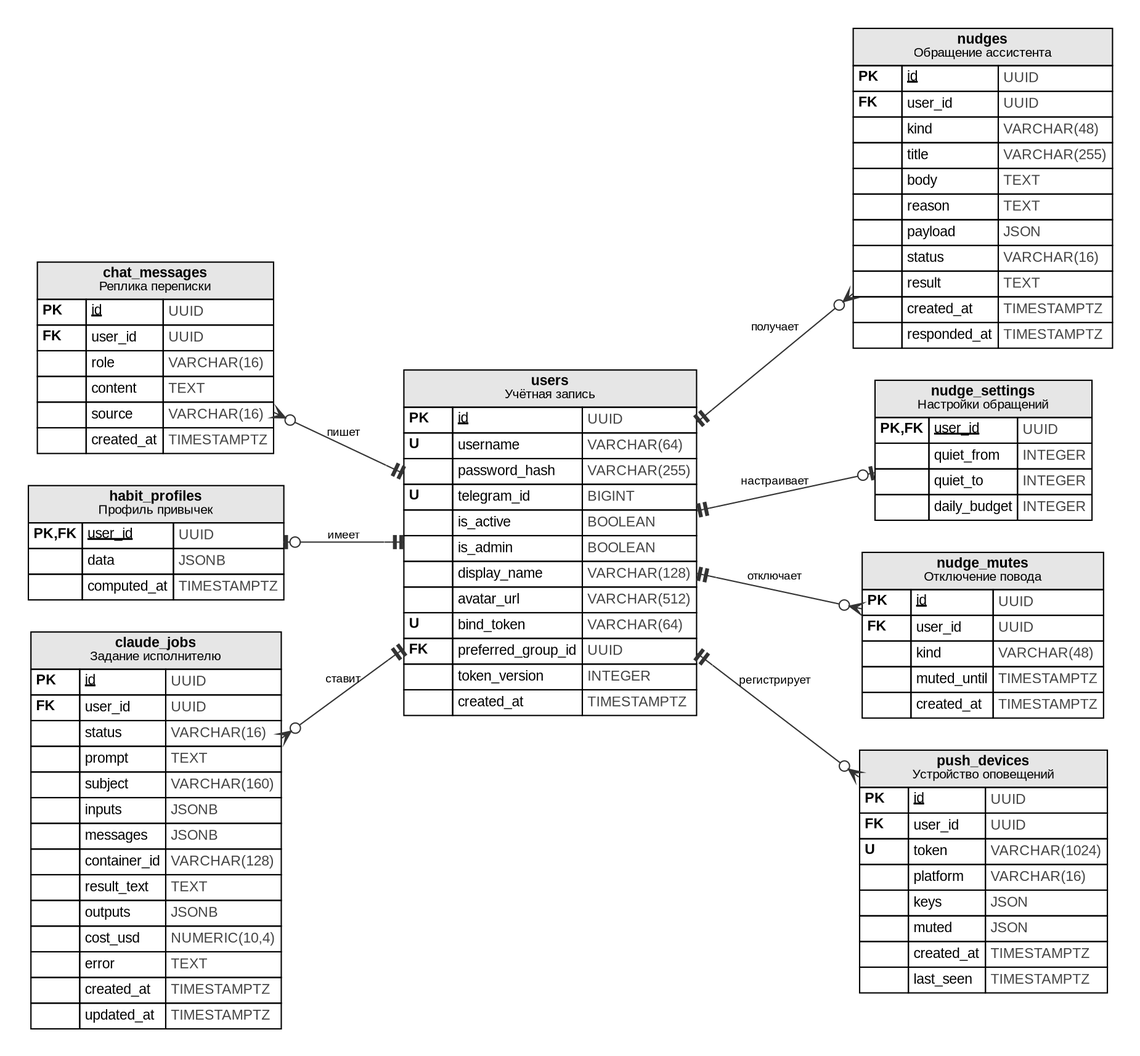
Above: docs/Технический проект/erd/erd_assistant.png in r3DBAD/Personal-AI-Assistant-College (Graphviz), before the change. Its source is kept beside it as docs/Технический проект/erd/erd_assistant.dot. Its diagram source:
```dot
digraph ERD { graph [rankdir=LR, fontname="Liberation Sans", nodesep=0.35, ranksep=0.9, splines=spline, pad=0.3];
node [shape=plain, fontname="Liberation Sans", fontsize=11];
edge [fontname="Liberation Sans", fontsize=9, dir=both, color="#333333"];
"users" [label=<<TABLE BORDER="0" CELLBORDER="1" CELLSPACING="0" CELLPADDING="3"><TR><TD BGCOLOR="#e6e6e6" COLSPAN="3"><B>users</B><BR/><FONT POINT-SIZE="10">Учётная запись</FONT></TD></TR><TR><TD ALIGN="LEFT" WIDTH="38"><B>PK</B></TD><TD ALIGN="LEFT"><U>id</U></TD><TD ALIGN="LEFT"><FONT COLOR="#444444">UUID</FONT></TD></TR><TR><TD ALIGN="LEFT" WIDTH="38"><B>U</B></TD><TD ALIGN="LEFT">username</TD><TD ALIGN="LEFT"><FONT COLOR="#444444">VARCHAR(64)</FONT></TD></TR><TR><TD ALIGN="LEFT" WIDTH="38"> </TD><TD ALIGN="LEFT">password_hash</TD><TD ALIGN="LEFT"><FONT COLOR="#444444">VARCHAR(255)</FONT></TD></TR><TR><TD ALIGN="LEFT" WIDTH="38"><B>U</B></TD><TD ALIGN="LEFT">telegram_id</TD><TD ALIGN="LEFT"><FONT COLOR="#444444">BIGINT</FONT></TD></TR><TR><TD ALIGN="LEFT" WIDTH="38"> </TD><TD ALIGN="LEFT">is_active</TD><TD ALIGN="LEFT"><FONT COLOR="#444444">BOOLEAN</FONT></TD></TR><TR><TD ALIGN="LEFT" WIDTH="38"> </TD><TD ALIGN="LEFT">is_admin</TD><TD ALIGN="LEFT"><FONT COLOR="#444444">BOOLEAN</FONT></TD></TR><TR><TD ALIGN="LEFT" WIDTH="38"> </TD><TD ALIGN="LEFT">display_name</TD><TD ALIGN="LEFT"><FONT COLOR="#444444">VARCHAR(128)</FONT></TD></TR><TR><TD ALIGN="LEFT" WIDTH="38"> </TD><TD ALIGN="LEFT">avatar_url</TD><TD ALIGN="LEFT"><FONT COLOR="#444444">VARCHAR(512)</FONT></TD></TR><TR><TD ALIGN="LEFT" WIDTH="38"><B>U</B></TD><TD ALIGN="LEFT">bind_token</TD><TD ALIGN="LEFT"><FONT COLOR="#444444">VARCHAR(64)</FONT></TD></TR><TR><TD ALIGN="LEFT" WIDTH="38"><B>FK</B></TD><TD ALIGN="LEFT">preferred_group_id</TD><TD ALIGN="LEFT"><FONT COLOR="#444444">UUID</FONT></TD></TR><TR><TD ALIGN="LEFT" WIDTH="38"> </TD><TD ALIGN="LEFT">token_version</TD><TD ALIGN="LEFT"><FONT COLOR="#444444">INTEGER</FONT></TD></TR><TR><TD ALIGN="LEFT" WIDTH="38"> </TD><TD ALIGN="LEFT">created_at</TD><TD ALIGN="LEFT"><FONT COLOR="#444444">TIMESTAMPTZ</FONT></TD></TR></TABLE>>];
"chat_messages" [label=<<TABLE BORDER="0" CELLBORDER="1" CELLSPACING="0" CELLPADDING="3"><TR><TD BGCOLOR="#e6e6e6" COLSPAN="3"><B>chat_messages</B><BR/><FONT POINT-SIZE="10">Реплика переписки</FONT></TD></TR><TR><TD ALIGN="LEFT" WIDTH="38"><B>PK</B></TD><TD ALIGN="LEFT"><U>id</U></TD><TD ALIGN="LEFT"><FONT COLOR="#444444">UUID</FONT></TD></TR><TR><TD ALIGN="LEFT" WIDTH="38"><B>FK</B></TD><TD ALIGN="LEFT">user_id</TD><TD ALIGN="LEFT"><FONT COLOR="#444444">UUID</FONT></TD></TR><TR><TD ALIGN="LEFT" WIDTH="38"> </TD><TD ALIGN="LEFT">role</TD><TD ALIGN="LEFT"><FONT COLOR="#444444">VARCHAR(16)</FONT></TD></TR><TR><TD ALIGN="LEFT" WIDTH="38"> </TD><TD ALIGN="LEFT">content</TD><TD ALIGN="LEFT"><FONT COLOR="#444444">TEXT</FONT></TD></TR><TR><TD ALIGN="LEFT" WIDTH="38"> </TD><TD ALIGN="LEFT">source</TD><TD ALIGN="LEFT"><FONT COLOR="#444444">VARCHAR(16)</FONT></TD></TR><TR><TD ALIGN="LEFT" WIDTH="38"> </TD><TD ALIGN="LEFT">created_at</TD><TD ALIGN="LEFT"><FONT COLOR="#444444">TIMESTAMPTZ</FONT></TD></TR></TABLE>>];
"nudges" [label=<<TABLE BORDER="0" CELLBORDER="1" CELLSPACING="0" CELLPADDING="3"><TR><TD BGCOLOR="#e6e6e6" COLSPAN="3"><B>nudges</B><BR/><FONT POINT-SIZE="10">Обращение ассистента</FONT></TD></TR><TR><TD ALIGN="LEFT" WIDTH="38"><B>PK</B></TD><TD ALIGN="LEFT"><U>id</U></TD><TD ALIGN="LEFT"><FONT COLOR="#444444">UUID</FONT></TD></TR><TR><TD ALIGN="LEFT" WIDTH="38"><B>FK</B></TD><TD ALIGN="LEFT">user_id</TD><TD ALIGN="LEFT"><FONT COLOR="#444444">UUID</FONT></TD></TR><TR><TD ALIGN="LEFT" WIDTH="38"> </TD><TD ALIGN="LEFT">kind</TD><TD ALIGN="LEFT"><FONT COLOR="#444444">VARCHAR(48)</FONT></TD></TR><TR><TD ALIGN="LEFT" WIDTH="38"> </TD><TD ALIGN="LEFT">title</TD><TD ALIGN="LEFT"><FONT COLOR="#444444">VARCHAR(255)</FONT></TD></TR><TR><TD ALIGN="LEFT" WIDTH="38"> </TD><TD ALIGN="LEFT">body</TD><TD ALIGN="LEFT"><FONT COLOR="#444444">TEXT</FONT></TD></TR><TR><TD ALIGN="LEFT" WIDTH="38"> </TD><TD ALIGN="LEFT">reason</TD><TD ALIGN="LEFT"><FONT COLOR="#444444">TEXT</FONT></TD></TR><TR><TD ALIGN="LEFT" WIDTH="38"> </TD><TD ALIGN="LEFT">payload</TD><TD ALIGN="LEFT"><FONT COLOR="#444444">JSON</FONT></TD></TR><TR><TD ALIGN="LEFT" WIDTH="38"> </TD><TD ALIGN="LEFT">status</TD><TD ALIGN="LEFT"><FONT COLOR="#444444">VARCHAR(16)</FONT></TD></TR><TR><TD ALIGN="LEFT" WIDTH="38"> </TD><TD ALIGN="LEFT">result</TD><TD ALIGN="LEFT"><FONT COLOR="#444444">TEXT</FONT></TD></TR><TR><TD ALIGN="LEFT" WIDTH="38"> </TD><TD ALIGN="LEFT">created_at</TD><TD ALIGN="LEFT"><FONT COLOR="#444444">TIMESTAMPTZ</FONT></TD></TR><TR><TD ALIGN="LEFT" WIDTH="38"> </TD><TD ALIGN="LEFT">responded_at</TD><TD ALIGN="LEFT"><FONT COLOR="#444444">TIMESTAMPTZ</FONT></TD></TR></TABLE>>];
"nudge_settings" [label=<<TABLE BORDER="0" CELLBORDER="1" CELLSPACING="0" CELLPADDING="3"><TR><TD BGCOLOR="#e6e6e6" COLSPAN="3"><B>nudge_settings</B><BR/><FONT POINT-SIZE="10">Настройки обращений</FONT></TD></TR><TR><TD ALIGN="LEFT" WIDTH="38"><B>PK,FK</B></TD><TD ALIGN="LEFT"><U>user_id</U></TD><TD ALIGN="LEFT"><FONT COLOR="#444444">UUID</FONT></TD></TR><TR><TD ALIGN="LEFT" WIDTH="38"> </TD><TD ALIGN="LEFT">quiet_from</TD><TD ALIGN="LEFT"><FONT COLOR="#444444">INTEGER</FONT></TD></TR><TR><TD ALIGN="LEFT" WIDTH="38"> </TD><TD ALIGN="LEFT">quiet_to</TD><TD ALIGN="LEFT"><FONT COLOR="#444444">INTEGER</FONT></TD></TR><TR><TD ALIGN="LEFT" WIDTH="38"> </TD><TD ALIGN="LEFT">daily_budget</TD><TD ALIGN="LEFT"><FONT COLOR="#444444">INTEGER</FONT></TD></TR></TABLE>>];
"nudge_mutes" [label=<<TABLE BORDER="0" CELLBORDER="1" CELLSPACING="0" CELLPADDING="3"><TR><TD BGCOLOR="#e6e6e6" COLSPAN="3"><B>nudge_mutes</B><BR/><FONT POINT-SIZE="10">Отключение повода</FONT></TD></TR><TR><TD ALIGN="LEFT" WIDTH="38"><B>PK</B></TD><TD ALIGN="LEFT"><U>id</U></TD><TD ALIGN="LEFT"><FONT COLOR="#444444">UUID</FONT></TD></TR><TR><TD ALIGN="LEFT" WIDTH="38"><B>FK</B></TD><TD ALIGN="LEFT">user_id</TD><TD ALIGN="LEFT"><FONT COLOR="#444444">UUID</FONT></TD></TR><TR><TD ALIGN="LEFT" WIDTH="38"> </TD><TD ALIGN="LEFT">kind</TD><TD ALIGN="LEFT"><FONT COLOR="#444444">VARCHAR(48)</FONT></TD></TR><TR><TD ALIGN="LEFT" WIDTH="38"> </TD><TD ALIGN="LEFT">muted_until</TD><TD ALIGN="LEFT"><FONT COLOR="#444444">TIMESTAMPTZ</FONT></TD></TR><TR><TD ALIGN="LEFT" WIDTH="38"> </TD><TD ALIGN="LEFT">created_at</TD><TD ALIGN="LEFT"><FONT COLOR="#444444">TIMESTAMPTZ</FONT></TD></TR></TABLE>>];
"habit_profiles" [label=<<TABLE BORDER="0" CELLBORDER="1" CELLSPACING="0" CELLPADDING="3"><TR><TD BGCOLOR="#e6e6e6" COLSPAN="3"><B>habit_profiles</B><BR/><FONT POINT-SIZE="10">Профиль привычек</FONT></TD></TR><TR><TD ALIGN="LEFT" WIDTH="38"><B>PK,FK</B></TD><TD ALIGN="LEFT"><U>user_id</U></TD><TD ALIGN="LEFT"><FONT COLOR="#444444">UUID</FONT></TD></TR><TR><TD ALIGN="LEFT" WIDTH="38"> </TD><TD ALIGN="LEFT">data</TD><TD ALIGN="LEFT"><FONT COLOR="#444444">JSONB</FONT></TD></TR><TR><TD ALIGN="LEFT" WIDTH="38"> </TD><TD ALIGN="LEFT">computed_at</TD><TD ALIGN="LEFT"><FONT COLOR="#444444">TIMESTAMPTZ</FONT></TD></TR></TABLE>>];
"claude_jobs" [label=<<TABLE BORDER="0" CELLBORDER="1" CELLSPACING="0" CELLPADDING="3"><TR><TD BGCOLOR="#e6e6e6" COLSPAN="3"><B>claude_jobs</B><BR/><FONT POINT-SIZE="10">Задание исполнителю</FONT></TD></TR><TR><TD ALIGN="LEFT" WIDTH="38"><B>PK</B></TD><TD ALIGN="LEFT"><U>id</U></TD><TD ALIGN="LEFT"><FONT COLOR="#444444">UUID</FONT></TD></TR><TR><TD ALIGN="LEFT" WIDTH="38"><B>FK</B></TD><TD ALIGN="LEFT">user_id</TD><TD ALIGN="LEFT"><FONT COLOR="#444444">UUID</FONT></TD></TR><TR><TD ALIGN="LEFT" WIDTH="38"> </TD><TD ALIGN="LEFT">status</TD><TD ALIGN="LEFT"><FONT COLOR="#444444">VARCHAR(16)</FONT></TD></TR><TR><TD ALIGN="LEFT" WIDTH="38"> </TD><TD ALIGN="LEFT">prompt</TD><TD ALIGN="LEFT"><FONT COLOR="#444444">TEXT</FONT></TD></TR><TR><TD ALIGN="LEFT" WIDTH="38"> </TD><TD ALIGN="LEFT">subject</TD><TD ALIGN="LEFT"><FONT COLOR="#444444">VARCHAR(160)</FONT></TD></TR><TR><TD ALIGN="LEFT" WIDTH="38"> </TD><TD ALIGN="LEFT">inputs</TD><TD ALIGN="LEFT"><FONT COLOR="#444444">JSONB</FONT></TD></TR><TR><TD ALIGN="LEFT" WIDTH="38"> </TD><TD ALIGN="LEFT">messages</TD><TD ALIGN="LEFT"><FONT COLOR="#444444">JSONB</FONT></TD></TR><TR><TD ALIGN="LEFT" WIDTH="38"> </TD><TD ALIGN="LEFT">container_id</TD><TD ALIGN="LEFT"><FONT COLOR="#444444">VARCHAR(128)</FONT></TD></TR><TR><TD ALIGN="LEFT" WIDTH="38"> </TD><TD ALIGN="LEFT">result_text</TD><TD ALIGN="LEFT"><FONT COLOR="#444444">TEXT</FONT></TD></TR><TR><TD ALIGN="LEFT" WIDTH="38"> </TD><TD ALIGN="LEFT">outputs</TD><TD ALIGN="LEFT"><FONT COLOR="#444444">JSONB</FONT></TD></TR><TR><TD ALIGN="LEFT" WIDTH="38"> </TD><TD ALIGN="LEFT">cost_usd</TD><TD ALIGN="LEFT"><FONT COLOR="#444444">NUMERIC(10,4)</FONT></TD></TR><TR><TD ALIGN="LEFT" WIDTH="38"> </TD><TD ALIGN="LEFT">error</TD><TD ALIGN="LEFT"><FONT COLOR="#444444">TEXT</FONT></TD></TR><TR><TD ALIGN="LEFT" WIDTH="38"> </TD><TD ALIGN="LEFT">created_at</TD><TD ALIGN="LEFT"><FONT COLOR="#444444">TIMESTAMPTZ</FONT></TD></TR><TR><TD ALIGN="LEFT" WIDTH="38"> </TD><TD ALIGN="LEFT">updated_at</TD><TD ALIGN="LEFT"><FONT COLOR="#444444">TIMESTAMPTZ</FONT></TD></TR></TABLE>>];
"push_devices" [label=<<TABLE BORDER="0" CELLBORDER="1" CELLSPACING="0" CELLPADDING="3"><TR><TD BGCOLOR="#e6e6e6" COLSPAN="3"><B>push_devices</B><BR/><FONT POINT-SIZE="10">Устройство оповещений</FONT></TD></TR><TR><TD ALIGN="LEFT" WIDTH="38"><B>PK</B></TD><TD ALIGN="LEFT"><U>id</U></TD><TD ALIGN="LEFT"><FONT COLOR="#444444">UUID</FONT></TD></TR><TR><TD ALIGN="LEFT" WIDTH="38"><B>FK</B></TD><TD ALIGN="LEFT">user_id</TD><TD ALIGN="LEFT"><FONT COLOR="#444444">UUID</FONT></TD></TR><TR><TD ALIGN="LEFT" WIDTH="38"><B>U</B></TD><TD ALIGN="LEFT">token</TD><TD ALIGN="LEFT"><FONT COLOR="#444444">VARCHAR(1024)</FONT></TD></TR><TR><TD ALIGN="LEFT" WIDTH="38"> </TD><TD ALIGN="LEFT">platform</TD><TD ALIGN="LEFT"><FONT COLOR="#444444">VARCHAR(16)</FONT></TD></TR><TR><TD ALIGN="LEFT" WIDTH="38"> </TD><TD ALIGN="LEFT">keys</TD><TD ALIGN="LEFT"><FONT COLOR="#444444">JSON</FONT></TD></TR><TR><TD ALIGN="LEFT" WIDTH="38"> </TD><TD ALIGN="LEFT">muted</TD><TD ALIGN="LEFT"><FONT COLOR="#444444">JSON</FONT></TD></TR><TR><TD ALIGN="LEFT" WIDTH="38"> </TD><TD ALIGN="LEFT">created_at</TD><TD ALIGN="LEFT"><FONT COLOR="#444444">TIMESTAMPTZ</FONT></TD></TR><TR><TD ALIGN="LEFT" WIDTH="38"> </TD><TD ALIGN="LEFT">last_seen</TD><TD ALIGN="LEFT"><FONT COLOR="#444444">TIMESTAMPTZ</FONT></TD></TR></TABLE>>];
"habit_profiles" -> "users" [arrowtail=teeodot, arrowhead=teeteenone, label="имеет"];
"chat_messages" -> "users" [arrowtail=crowodot, arrowhead=teeteenone, label="пишет"];
"users" -> "nudges" [arrowtail=teeteenone, arrowhead=crowodot, label="получает"];
"users" -> "nudge_settings" [arrowtail=teeteenone, arrowhead=teeodot, label="настраивает"];
"users" -> "nudge_mutes" [arrowtail=teeteenone, arrowhead=crowodot, label="отключает"];
"claude_jobs" -> "users" [arrowtail=crowodot, arrowhead=teeteenone, label="ставит"];
"users" -> "push_devices" [arrowtail=teeteenone, arrowhead=crowodot, label="регистрирует"];
}
```
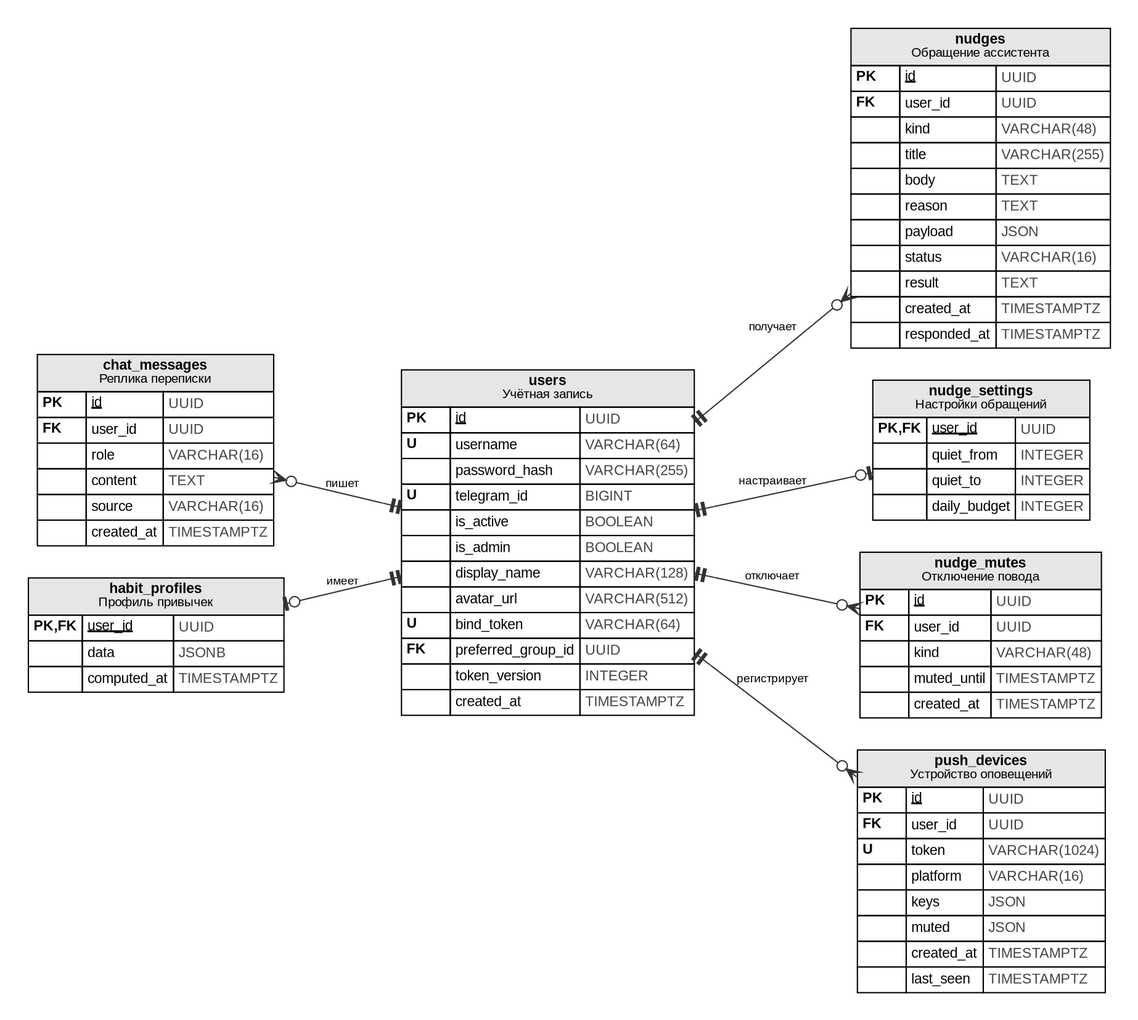
After the change.

Change to the diagram source:
```diff
@@ -7,13 +7,11 @@
 "nudge_settings" [label=<<TABLE BORDER="0" CELLBORDER="1" CELLSPACING="0" CELLPADDING="3"><TR><TD BGCOLOR="#e6e6e6" COLSPAN="3"><B>nudge_settings</B><BR/><FONT POINT-SIZE="10">Настройки обращений</FONT></TD></TR><TR><TD ALIGN="LEFT" WIDTH="38"><B>PK,FK</B></TD><TD ALIGN="LEFT"><U>user_id</U></TD><TD ALIGN="LEFT"><FONT COLOR="#444444">UUID</FONT></TD></TR><TR><TD ALIGN="LEFT" WIDTH="38"> </TD><TD ALIGN="LEFT">quiet_from</TD><TD ALIGN="LEFT"><FONT COLOR="#444444">INTEGER</FONT></TD></TR><TR><TD ALIGN="LEFT" WIDTH="38"> </TD><TD ALIGN="LEFT">quiet_to</TD><TD ALIGN="LEFT"><FONT COLOR="#444444">INTEGER</FONT></TD></TR><TR><TD ALIGN="LEFT" WIDTH="38"> </TD><TD ALIGN="LEFT">daily_budget</TD><TD ALIGN="LEFT"><FONT COLOR="#444444">INTEGER</FONT></TD></TR></TABLE>>];
 "nudge_mutes" [label=<<TABLE BORDER="0" CELLBORDER="1" CELLSPACING="0" CELLPADDING="3"><TR><TD BGCOLOR="#e6e6e6" COLSPAN="3"><B>nudge_mutes</B><BR/><FONT POINT-SIZE="10">Отключение повода</FONT></TD></TR><TR><TD ALIGN="LEFT" WIDTH="38"><B>PK</B></TD><TD ALIGN="LEFT"><U>id</U></TD><TD ALIGN="LEFT"><FONT COLOR="#444444">UUID</FONT></TD></TR><TR><TD ALIGN="LEFT" WIDTH="38"><B>FK</B></TD><TD ALIGN="LEFT">user_id</TD><TD ALIGN="LEFT"><FONT COLOR="#444444">UUID</FONT></TD></TR><TR><TD ALIGN="LEFT" WIDTH="38"> </TD><TD ALIGN="LEFT">kind</TD><TD ALIGN="LEFT"><FONT COLOR="#444444">VARCHAR(48)</FONT></TD></TR><TR><TD ALIGN="LEFT" WIDTH="38"> </TD><TD ALIGN="LEFT">muted_until</TD><TD ALIGN="LEFT"><FONT COLOR="#444444">TIMESTAMPTZ</FONT></TD></TR><TR><TD ALIGN="LEFT" WIDTH="38"> </TD><TD ALIGN="LEFT">created_at</TD><TD ALIGN="LEFT"><FONT COLOR="#444444">TIMESTAMPTZ</FONT></TD></TR></TABLE>>];
 "habit_profiles" [label=<<TABLE BORDER="0" CELLBORDER="1" CELLSPACING="0" CELLPADDING="3"><TR><TD BGCOLOR="#e6e6e6" COLSPAN="3"><B>habit_profiles</B><BR/><FONT POINT-SIZE="10">Профиль привычек</FONT></TD></TR><TR><TD ALIGN="LEFT" WIDTH="38"><B>PK,FK</B></TD><TD ALIGN="LEFT"><U>user_id</U></TD><TD ALIGN="LEFT"><FONT COLOR="#444444">UUID</FONT></TD></TR><TR><TD ALIGN="LEFT" WIDTH="38"> </TD><TD ALIGN="LEFT">data</TD><TD ALIGN="LEFT"><FONT COLOR="#444444">JSONB</FONT></TD></TR><TR><TD ALIGN="LEFT" WIDTH="38"> </TD><TD ALIGN="LEFT">computed_at</TD><TD ALIGN="LEFT"><FONT COLOR="#444444">TIMESTAMPTZ</FONT></TD></TR></TABLE>>];
-"claude_jobs" [label=<<TABLE BORDER="0" CELLBORDER="1" CELLSPACING="0" CELLPADDING="3"><TR><TD BGCOLOR="#e6e6e6" COLSPAN="3"><B>claude_jobs</B><BR/><FONT POINT-SIZE="10">Задание исполнителю</FONT></TD></TR><TR><TD ALIGN="LEFT" WIDTH="38"><B>PK</B></TD><TD ALIGN="LEFT"><U>id</U></TD><TD ALIGN="LEFT"><FONT COLOR="#444444">UUID</FONT></TD></TR><TR><TD ALIGN="LEFT" WIDTH="38"><B>FK</B></TD><TD ALIGN="LEFT">user_id</TD><TD ALIGN="LEFT"><FONT COLOR="#444444">UUID</FONT></TD></TR><TR><TD ALIGN="LEFT" WIDTH="38"> </TD><TD ALIGN="LEFT">status</TD><TD ALIGN="LEFT"><FONT COLOR="#444444">VARCHAR(16)</FONT></TD></TR><TR><TD ALIGN="LEFT" WIDTH="38"> </TD><TD ALIGN="LEFT">prompt</TD><TD ALIGN="LEFT"><FONT COLOR="#444444">TEXT</FONT></TD></TR><TR><TD ALIGN="LEFT" WIDTH="38"> </TD><TD ALIGN="LEFT">subject</TD><TD ALIGN="LEFT"><FONT COLOR="#444444">VARCHAR(160)</FONT></TD></TR><TR><TD ALIGN="LEFT" WIDTH="38"> </TD><TD ALIGN="LEFT">inputs</TD><TD ALIGN="LEFT"><FONT COLOR="#444444">JSONB</FONT></TD></TR><TR><TD ALIGN="LEFT" WIDTH="38"> </TD><TD ALIGN="LEFT">messages</TD><TD ALIGN="LEFT"><FONT COLOR="#444444">JSONB</FONT></TD></TR><TR><TD ALIGN="LEFT" WIDTH="38"> </TD><TD ALIGN="LEFT">container_id</TD><TD ALIGN="LEFT"><FONT COLOR="#444444">VARCHAR(128)</FONT></TD></TR><TR><TD ALIGN="LEFT" WIDTH="38"> </TD><TD ALIGN="LEFT">result_text</TD><TD ALIGN="LEFT"><FONT COLOR="#444444">TEXT</FONT></TD></TR><TR><TD ALIGN="LEFT" WIDTH="38"> </TD><TD ALIGN="LEFT">outputs</TD><TD ALIGN="LEFT"><FONT COLOR="#444444">JSONB</FONT></TD></TR><TR><TD ALIGN="LEFT" WIDTH="38"> </TD><TD ALIGN="LEFT">cost_usd</TD><TD ALIGN="LEFT"><FONT COLOR="#444444">NUMERIC(10,4)</FONT></TD></TR><TR><TD ALIGN="LEFT" WIDTH="38"> </TD><TD ALIGN="LEFT">error</TD><TD ALIGN="LEFT"><FONT COLOR="#444444">TEXT</FONT></TD></TR><TR><TD ALIGN="LEFT" WIDTH="38"> </TD><TD ALIGN="LEFT">created_at</TD><TD ALIGN="LEFT"><FONT COLOR="#444444">TIMESTAMPTZ</FONT></TD></TR><TR><TD ALIGN="LEFT" WIDTH="38"> </TD><TD ALIGN="LEFT">updated_at</TD><TD ALIGN="LEFT"><FONT COLOR="#444444">TIMESTAMPTZ</FONT></TD></TR></TABLE>>];
 "push_devices" [label=<<TABLE BORDER="0" CELLBORDER="1" CELLSPACING="0" CELLPADDING="3"><TR><TD BGCOLOR="#e6e6e6" COLSPAN="3"><B>push_devices</B><BR/><FONT POINT-SIZE="10">Устройство оповещений</FONT></TD></TR><TR><TD ALIGN="LEFT" WIDTH="38"><B>PK</B></TD><TD ALIGN="LEFT"><U>id</U></TD><TD ALIGN="LEFT"><FONT COLOR="#444444">UUID</FONT></TD></TR><TR><TD ALIGN="LEFT" WIDTH="38"><B>FK</B></TD><TD ALIGN="LEFT">user_id</TD><TD ALIGN="LEFT"><FONT COLOR="#444444">UUID</FONT></TD></TR><TR><TD ALIGN="LEFT" WIDTH="38"><B>U</B></TD><TD ALIGN="LEFT">token</TD><TD ALIGN="LEFT"><FONT COLOR="#444444">VARCHAR(1024)</FONT></TD></TR><TR><TD ALIGN="LEFT" WIDTH="38"> </TD><TD ALIGN="LEFT">platform</TD><TD ALIGN="LEFT"><FONT COLOR="#444444">VARCHAR(16)</FONT></TD></TR><TR><TD ALIGN="LEFT" WIDTH="38"> </TD><TD ALIGN="LEFT">keys</TD><TD ALIGN="LEFT"><FONT COLOR="#444444">JSON</FONT></TD></TR><TR><TD ALIGN="LEFT" WIDTH="38"> </TD><TD ALIGN="LEFT">muted</TD><TD ALIGN="LEFT"><FONT COLOR="#444444">JSON</FONT></TD></TR><TR><TD ALIGN="LEFT" WIDTH="38"> </TD><TD ALIGN="LEFT">created_at</TD><TD ALIGN="LEFT"><FONT COLOR="#444444">TIMESTAMPTZ</FONT></TD></TR><TR><TD ALIGN="LEFT" WIDTH="38"> </TD><TD ALIGN="LEFT">last_seen</TD><TD ALIGN="LEFT"><FONT COLOR="#444444">TIMESTAMPTZ</FONT></TD></TR></TABLE>>];
 "habit_profiles" -> "users" [arrowtail=teeodot, arrowhead=teeteenone, label="имеет"];
 "chat_messages" -> "users" [arrowtail=crowodot, arrowhead=teeteenone, label="пишет"];
 "users" -> "nudges" [arrowtail=teeteenone, arrowhead=crowodot, label="получает"];
 "users" -> "nudge_settings" [arrowtail=teeteenone, arrowhead=teeodot, label="настраивает"];
 "users" -> "nudge_mutes" [arrowtail=teeteenone, arrowhead=crowodot, label="отключает"];
-"claude_jobs" -> "users" [arrowtail=crowodot, arrowhead=teeteenone, label="ставит"];
 "users" -> "push_devices" [arrowtail=teeteenone, arrowhead=crowodot, label="регистрирует"];
 }
```
